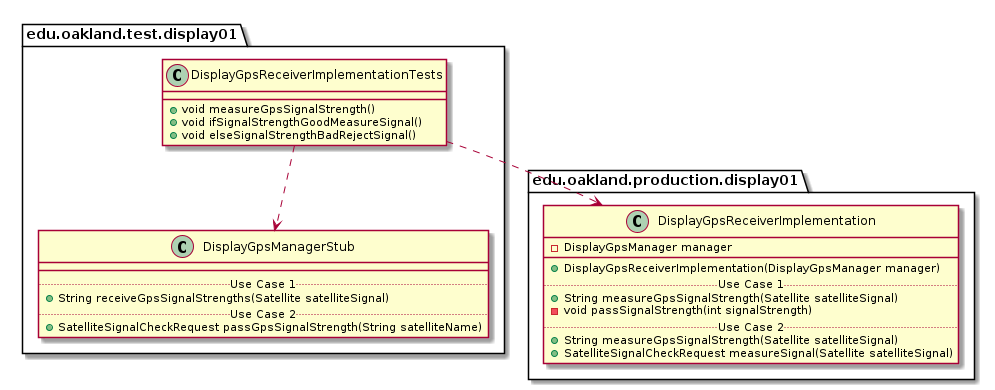
Earlier version of the PlantUML export docs/uml-class-diagrams/display01/test/DisplayGpsReceiverImplementationTests/DisplayGpsReceiverImplementationTests_DirectDependencies.png (andrewdimmer/csi-3370-software-project).
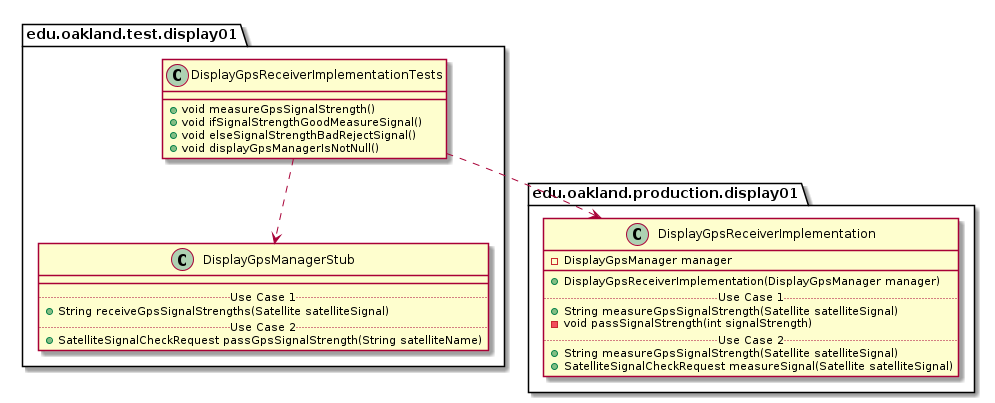
Above is the later version.

The edit, as a diff of the source:
```diff
@@ -6,6 +6,7 @@
         + void measureGpsSignalStrength()
         + void ifSignalStrengthGoodMeasureSignal()
         + void elseSignalStrengthBadRejectSignal()
+        + void displayGpsManagerIsNotNull()
     }
 }
 
```
